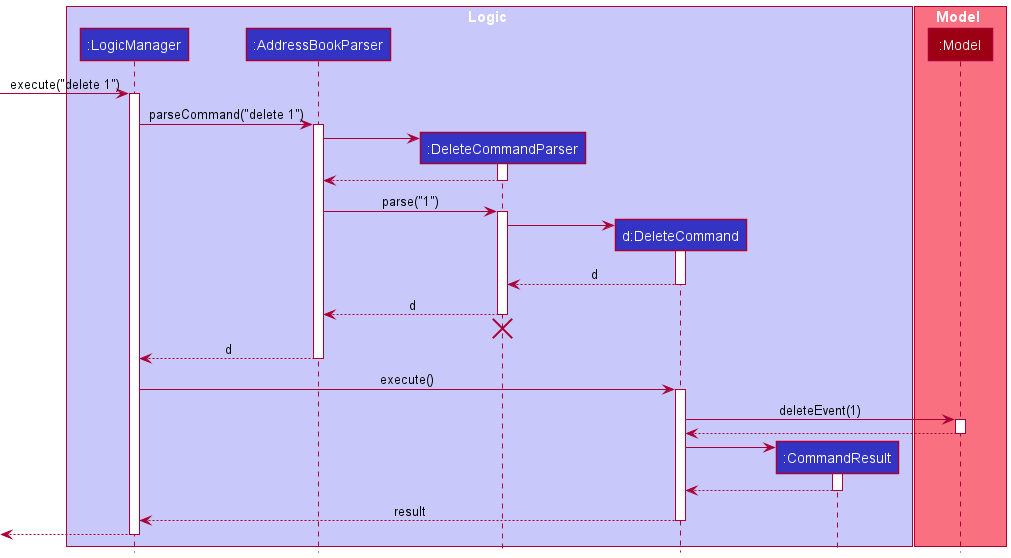
Before: docs/images/DeleteSequenceDiagram.png, a diagram exported from PlantUML (ruthpohrp/tp). The source it was exported from:
```plantuml
@startuml
!include style.puml

box Logic LOGIC_COLOR_T1
participant ":LogicManager" as LogicManager LOGIC_COLOR
participant ":AddressBookParser" as AddressBookParser LOGIC_COLOR
participant ":DeleteCommandParser" as DeleteCommandParser LOGIC_COLOR
participant "d:DeleteCommand" as DeleteCommand LOGIC_COLOR
participant ":CommandResult" as CommandResult LOGIC_COLOR
end box

box Model MODEL_COLOR_T1
participant ":Model" as Model MODEL_COLOR
end box

[-> LogicManager : execute("delete 1")
activate LogicManager

LogicManager -> AddressBookParser : parseCommand("delete 1")
activate AddressBookParser

create DeleteCommandParser
AddressBookParser -> DeleteCommandParser
activate DeleteCommandParser

DeleteCommandParser --> AddressBookParser
deactivate DeleteCommandParser

AddressBookParser -> DeleteCommandParser : parse("1")
activate DeleteCommandParser

create DeleteCommand
DeleteCommandParser -> DeleteCommand
activate DeleteCommand

DeleteCommand --> DeleteCommandParser : d
deactivate DeleteCommand

DeleteCommandParser --> AddressBookParser : d
deactivate DeleteCommandParser
DeleteCommandParser -[hidden]-> AddressBookParser
destroy DeleteCommandParser

AddressBookParser --> LogicManager : d
deactivate AddressBookParser

LogicManager -> DeleteCommand : execute()
activate DeleteCommand

DeleteCommand -> Model : deleteEvent(1)
activate Model

Model --> DeleteCommand
deactivate Model

create CommandResult
DeleteCommand -> CommandResult
activate CommandResult

CommandResult --> DeleteCommand
deactivate CommandResult

DeleteCommand --> LogicManager : result
deactivate DeleteCommand

[<--LogicManager
deactivate LogicManager
@enduml
```
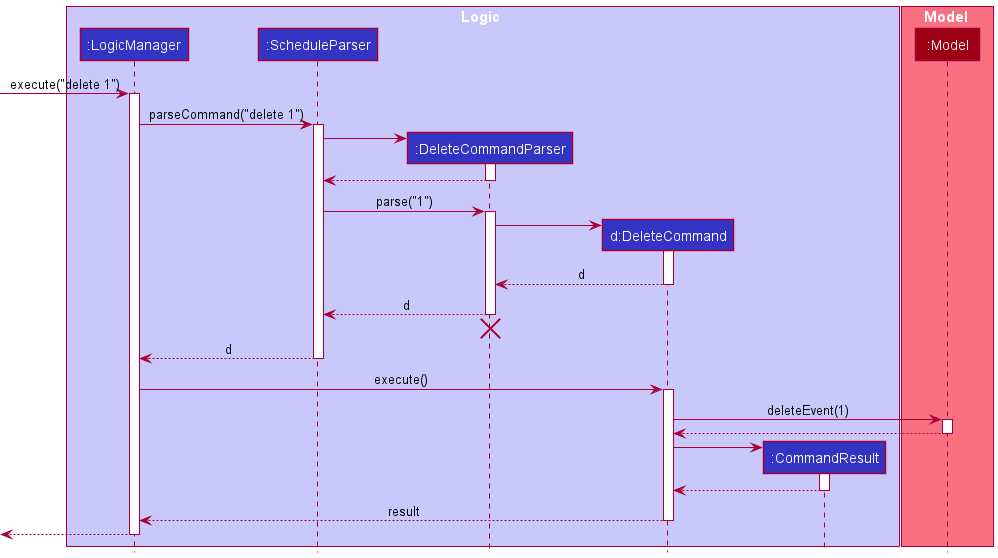
Later version of the same file.

What changed in the source:
```diff
@@ -3,7 +3,7 @@
 
 box Logic LOGIC_COLOR_T1
 participant ":LogicManager" as LogicManager LOGIC_COLOR
-participant ":AddressBookParser" as AddressBookParser LOGIC_COLOR
+participant ":ScheduleParser" as ScheduleParser LOGIC_COLOR
 participant ":DeleteCommandParser" as DeleteCommandParser LOGIC_COLOR
 participant "d:DeleteCommand" as DeleteCommand LOGIC_COLOR
 participant ":CommandResult" as CommandResult LOGIC_COLOR
@@ -16,17 +16,17 @@
 [-> LogicManager : execute("delete 1")
 activate LogicManager
 
-LogicManager -> AddressBookParser : parseCommand("delete 1")
-activate AddressBookParser
+LogicManager -> ScheduleParser : parseCommand("delete 1")
+activate ScheduleParser
 
 create DeleteCommandParser
-AddressBookParser -> DeleteCommandParser
+ScheduleParser -> DeleteCommandParser
 activate DeleteCommandParser
 
-DeleteCommandParser --> AddressBookParser
+DeleteCommandParser --> ScheduleParser
 deactivate DeleteCommandParser
 
-AddressBookParser -> DeleteCommandParser : parse("1")
+ScheduleParser -> DeleteCommandParser : parse("1")
 activate DeleteCommandParser
 
 create DeleteCommand
@@ -36,13 +36,13 @@
 DeleteCommand --> DeleteCommandParser : d
 deactivate DeleteCommand
 
-DeleteCommandParser --> AddressBookParser : d
+DeleteCommandParser --> ScheduleParser : d
 deactivate DeleteCommandParser
-DeleteCommandParser -[hidden]-> AddressBookParser
+DeleteCommandParser -[hidden]-> ScheduleParser
 destroy DeleteCommandParser
 
-AddressBookParser --> LogicManager : d
-deactivate AddressBookParser
+ScheduleParser --> LogicManager : d
+deactivate ScheduleParser
 
 LogicManager -> DeleteCommand : execute()
 activate DeleteCommand
```
